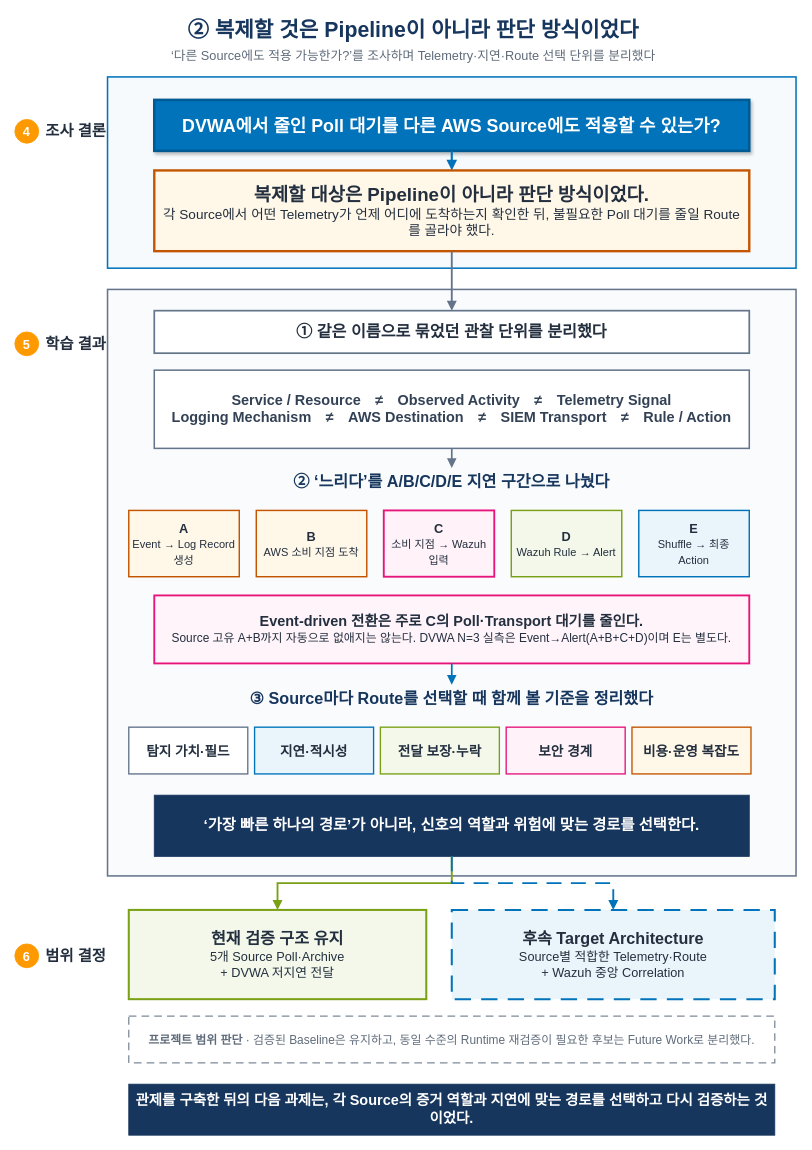
Earlier version of the draw.io diagram page "2_Telemetry·지연·설계 판단" (2 of 2) of 20_팀 프로젝트/3차 프로젝트/보고서/7.0 관제 고도화 과정.drawio (Unoh03/Obsi3). Source tidied: cells renumbered, new cells numbered last; positions are measured from the earlier drawing's top-left corner, leaving out a move shared by most shapes. Both pictures are drawn from the tidied source at 85%, with x=0, y=0 at pixel (14, 14).
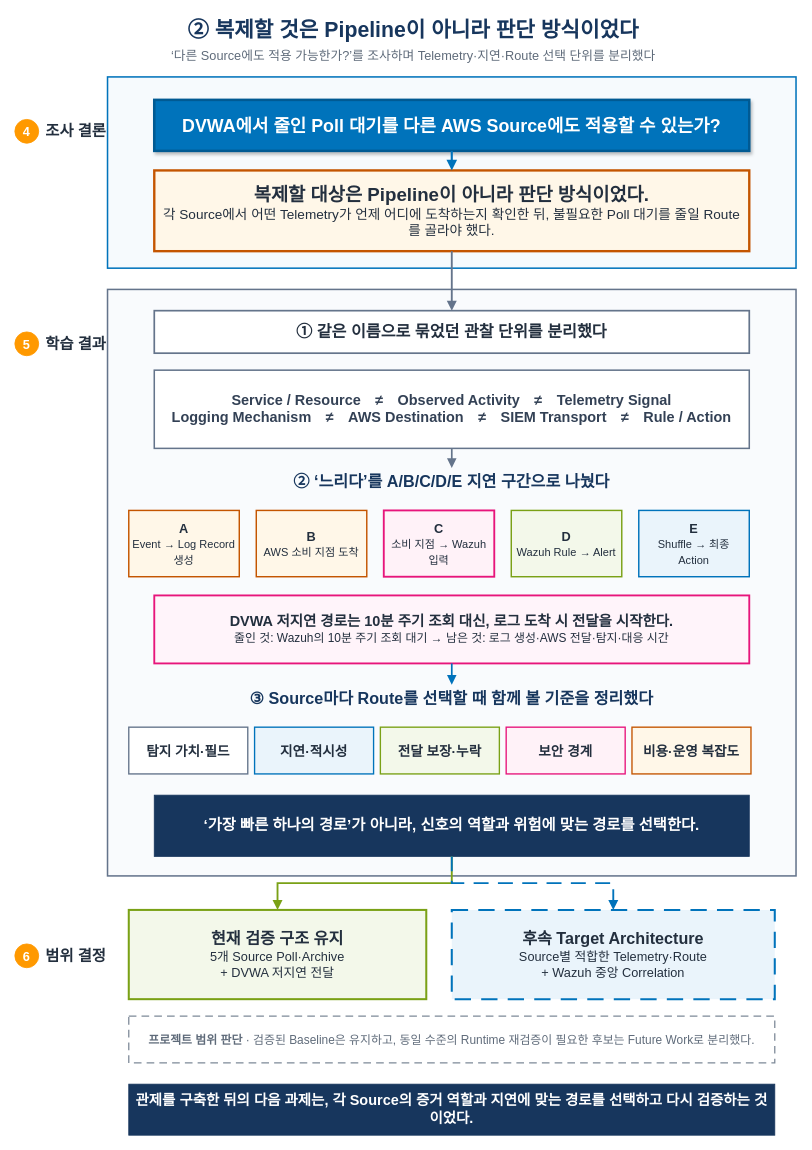
The same diagram, later.

Commit message:
Auto: 2026. 08. 26. 20:09:26 M 20_팀 프로젝트/3차 프로젝트/보고서/7.0 관제 고도화 과정.drawio

Diff of the diagram source:
```diff
@@
-    <mxCell id="20" value="&lt;font style=&quot;font-size:17px;&quot;&gt;&lt;b&gt;Event-driven 전환은 주로 C의 Poll·Transport 대기를 줄인다.&lt;/b&gt;&lt;/font&gt;&lt;br&gt;&lt;font style=&quot;font-size:14px;&quot;&gt;Source 고유 A+B까지 자동으로 없애지는 않는다. DVWA N=3 실측은 Event→Alert(A+B+C+D)이며 E는 별도다.&lt;/font&gt;" style="rounded=0;whiteSpace=wrap;html=1;fillColor=#FFF4FA;strokeColor=#E7157B;strokeWidth=2.2;fontColor=#232F3E;align=center;verticalAlign=middle;spacing=6;" parent="1" vertex="1">
+    <mxCell id="20" value="&lt;span style=&quot;font-size: 17px;&quot;&gt;&lt;b&gt;DVWA 저지연 경로는 10분 주기 조회 대신, 로그 도착 시 전달을 시작한다.&lt;/b&gt;&lt;/span&gt;&lt;br&gt;&lt;div&gt;&lt;span style=&quot;font-size: 14px;&quot;&gt;줄인 것: Wazuh의 10분 주기 조회 대기&amp;nbsp;&lt;/span&gt;&lt;span style=&quot;font-size: 14px; background-color: transparent; color: light-dark(rgb(35, 47, 62), rgb(189, 199, 212));&quot;&gt;→ 남은 것: 로그 생성·AWS 전달·탐지·대응 시간&lt;/span&gt;&lt;/div&gt;" style="rounded=0;whiteSpace=wrap;html=1;fillColor=#FFF4FA;strokeColor=#E7157B;strokeWidth=2.2;fontColor=#232F3E;align=center;verticalAlign=middle;spacing=6;" parent="1" vertex="1">
       <mxGeometry x="164" y="683" width="700" height="80" as="geometry" />
     </mxCell>
```
